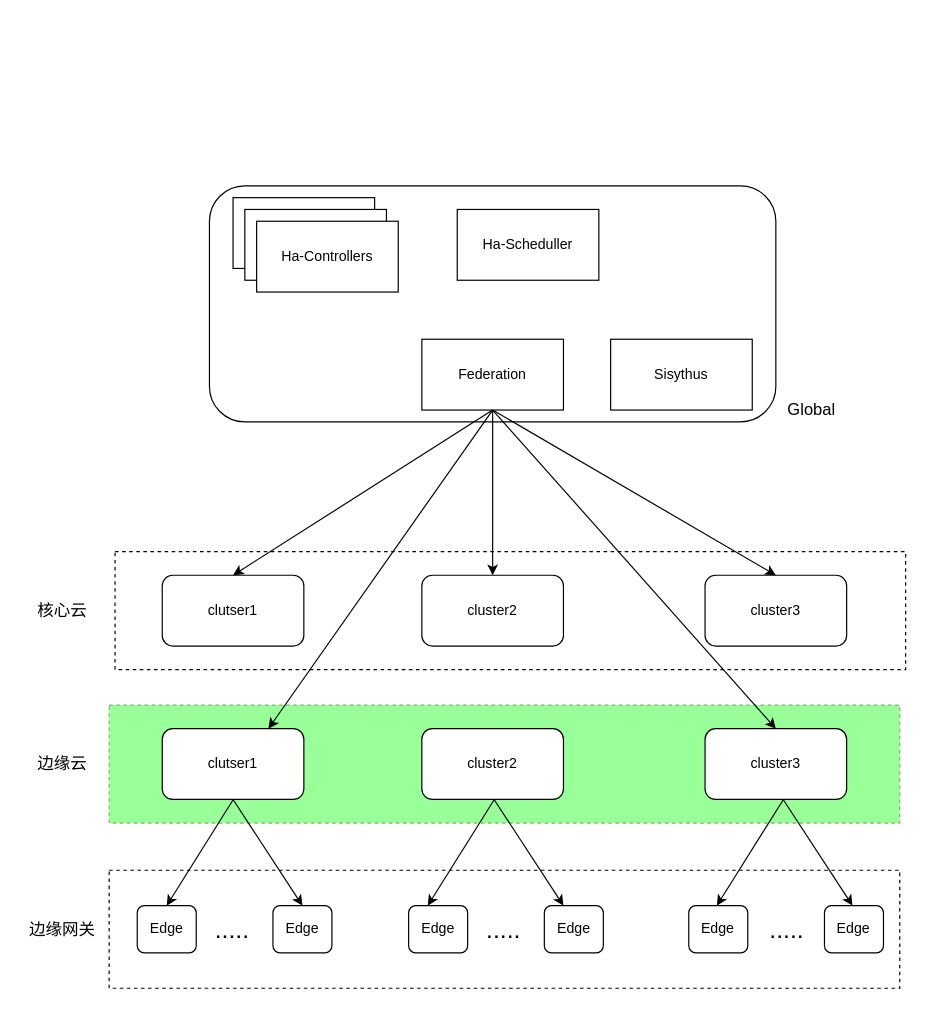
Earlier version of the draw.io diagram page "Page-1" (1 of 3) of cloud-edge-softarch.drawio (ssider/system_designs). Source tidied: cells renumbered, new cells numbered last; positions are measured from the earlier drawing's top-left corner, leaving out a move shared by most shapes. Both pictures are drawn from the tidied source at 118%, with x=0, y=0 at pixel (20, 185).
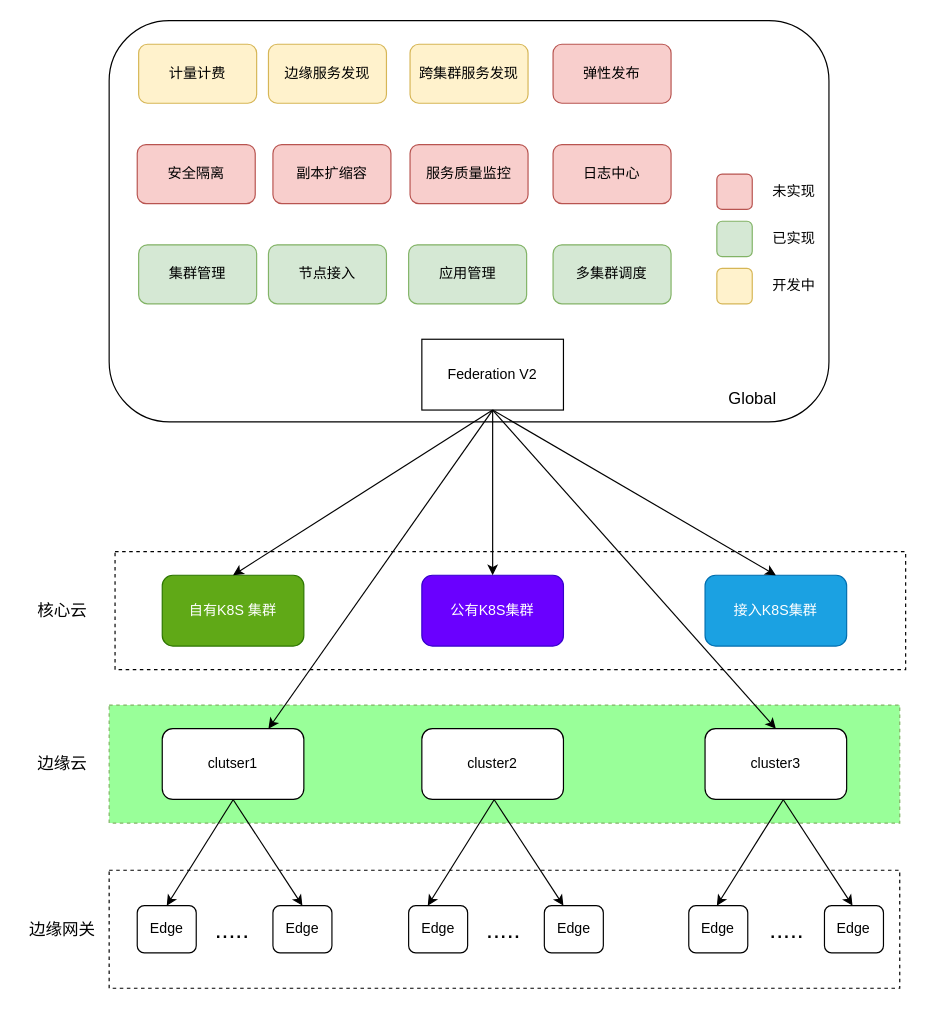
Above is the later version.

What changed in the source:
```diff
@@
+    <mxCell id="30" style="rounded=0;whiteSpace=wrap;html=1;fillColor=none;dashed=1;" parent="1" vertex="1">
+      <mxGeometry x="80" y="310" width="670" height="100" as="geometry" />
+    </mxCell>
@@
     <mxCell id="4" style="rounded=1;whiteSpace=wrap;html=1;" parent="1" vertex="1">
-      <mxGeometry x="160" width="480" height="200" as="geometry" />
+      <mxGeometry x="75" y="-140" width="610" height="340" as="geometry" />
     </mxCell>
     <mxCell id="5" value="&lt;font style=&quot;font-size: 14px&quot;&gt;Global&lt;/font&gt;" style="text;html=1;align=center;verticalAlign=middle;fillColor=none;strokeColor=none;rounded=0;" parent="1" vertex="1">
-      <mxGeometry x="640" y="180" width="60" height="20" as="geometry" />
+      <mxGeometry x="590" y="170" width="60" height="20" as="geometry" />
     </mxCell>
-    <mxCell id="6" style="rounded=0;whiteSpace=wrap;html=1;" parent="1" vertex="1">
-      <mxGeometry x="180" y="10" width="120" height="60" as="geometry" />
-    </mxCell>
-    <mxCell id="7" style="rounded=0;whiteSpace=wrap;html=1;" parent="1" vertex="1">
-      <mxGeometry x="190" y="20" width="120" height="60" as="geometry" />
-    </mxCell>
-    <mxCell id="8" value="Ha-Controllers" style="rounded=0;whiteSpace=wrap;html=1;" parent="1" vertex="1">
-      <mxGeometry x="200" y="30" width="120" height="60" as="geometry" />
-    </mxCell>
-    <mxCell id="9" value="Ha-Scheduller" style="rounded=0;whiteSpace=wrap;html=1;" parent="1" vertex="1">
-      <mxGeometry x="370" y="20" width="120" height="60" as="geometry" />
-    </mxCell>
-    <mxCell id="10" value="clutser1" style="rounded=1;whiteSpace=wrap;html=1;" parent="1" vertex="1">
+    <mxCell id="10" value="自有K8S 集群" style="rounded=1;whiteSpace=wrap;html=1;fillColor=#60a917;strokeColor=#2D7600;fontColor=#ffffff;" parent="1" vertex="1">
       <mxGeometry x="120" y="330" width="120" height="60" as="geometry" />
     </mxCell>
-    <mxCell id="11" value="cluster2" style="rounded=1;whiteSpace=wrap;html=1;" parent="1" vertex="1">
+    <mxCell id="11" value="公有K8S集群" style="rounded=1;whiteSpace=wrap;html=1;fillColor=#6a00ff;strokeColor=#3700CC;fontColor=#ffffff;" parent="1" vertex="1">
       <mxGeometry x="340" y="330" width="120" height="60" as="geometry" />
     </mxCell>
-    <mxCell id="12" value="cluster3" style="rounded=1;whiteSpace=wrap;html=1;" parent="1" vertex="1">
+    <mxCell id="12" value="接入K8S集群" style="rounded=1;whiteSpace=wrap;html=1;fillColor=#1ba1e2;strokeColor=#006EAF;fontColor=#ffffff;" parent="1" vertex="1">
       <mxGeometry x="580" y="330" width="120" height="60" as="geometry" />
     </mxCell>
-    <mxCell id="13" value="Federation" style="rounded=0;whiteSpace=wrap;html=1;" parent="1" vertex="1">
+    <mxCell id="13" value="Federation V2" style="rounded=0;whiteSpace=wrap;html=1;" parent="1" vertex="1">
       <mxGeometry x="340" y="130" width="120" height="60" as="geometry" />
     </mxCell>
@@
-    <mxCell id="17" value="Sisythus" style="rounded=0;whiteSpace=wrap;html=1;" parent="1" vertex="1">
-      <mxGeometry x="500" y="130" width="120" height="60" as="geometry" />
-    </mxCell>
@@
-    <mxCell id="30" style="rounded=0;whiteSpace=wrap;html=1;fillColor=none;dashed=1;" parent="1" vertex="1">
-      <mxGeometry x="80" y="310" width="670" height="100" as="geometry" />
-    </mxCell>
@@
+    <mxCell id="42" value="节点接入" style="rounded=1;whiteSpace=wrap;html=1;fillColor=#d5e8d4;strokeColor=#82b366;" parent="1" vertex="1">
+      <mxGeometry x="210" y="50" width="100" height="50" as="geometry" />
+    </mxCell>
+    <mxCell id="43" value="集群管理" style="rounded=1;whiteSpace=wrap;html=1;fillColor=#d5e8d4;strokeColor=#82b366;" parent="1" vertex="1">
+      <mxGeometry x="100" y="50" width="100" height="50" as="geometry" />
+    </mxCell>
+    <mxCell id="44" value="应用管理" style="rounded=1;whiteSpace=wrap;html=1;fillColor=#d5e8d4;strokeColor=#82b366;" parent="1" vertex="1">
+      <mxGeometry x="328.8" y="50" width="100" height="50" as="geometry" />
+    </mxCell>
+    <mxCell id="45" value="多集群调度" style="rounded=1;whiteSpace=wrap;html=1;fillColor=#d5e8d4;strokeColor=#82b366;" parent="1" vertex="1">
+      <mxGeometry x="451.2" y="50" width="100" height="50" as="geometry" />
+    </mxCell>
+    <mxCell id="46" value="计量计费" style="rounded=1;whiteSpace=wrap;html=1;fillColor=#fff2cc;strokeColor=#d6b656;" parent="1" vertex="1">
+      <mxGeometry x="100" y="-120" width="100" height="50" as="geometry" />
+    </mxCell>
+    <mxCell id="47" value="跨集群服务发现" style="rounded=1;whiteSpace=wrap;html=1;fillColor=#fff2cc;strokeColor=#d6b656;" parent="1" vertex="1">
+      <mxGeometry x="330" y="-120" width="100" height="50" as="geometry" />
+    </mxCell>
+    <mxCell id="48" value="服务质量监控" style="rounded=1;whiteSpace=wrap;html=1;fillColor=#f8cecc;strokeColor=#b85450;" parent="1" vertex="1">
+      <mxGeometry x="330" y="-35" width="100" height="50" as="geometry" />
+    </mxCell>
+    <mxCell id="49" value="边缘服务发现" style="rounded=1;whiteSpace=wrap;html=1;fillColor=#fff2cc;strokeColor=#d6b656;" parent="1" vertex="1">
+      <mxGeometry x="210" y="-120" width="100" height="50" as="geometry" />
+    </mxCell>
+    <mxCell id="50" value="副本扩缩容" style="rounded=1;whiteSpace=wrap;html=1;fillColor=#f8cecc;strokeColor=#b85450;" parent="1" vertex="1">
+      <mxGeometry x="213.8" y="-35" width="100" height="50" as="geometry" />
+    </mxCell>
+    <mxCell id="51" style="rounded=1;whiteSpace=wrap;html=1;fillColor=#f8cecc;strokeColor=#b85450;" parent="1" vertex="1">
+      <mxGeometry x="590" y="-10" width="30" height="30" as="geometry" />
+    </mxCell>
+    <mxCell id="52" value="未实现" style="text;html=1;align=center;verticalAlign=middle;fillColor=none;strokeColor=none;rounded=0;" parent="1" vertex="1">
+      <mxGeometry x="630" y="-5" width="50" height="20" as="geometry" />
+    </mxCell>
+    <mxCell id="53" style="rounded=1;whiteSpace=wrap;html=1;fillColor=#d5e8d4;strokeColor=#82b366;" parent="1" vertex="1">
+      <mxGeometry x="590" y="30" width="30" height="30" as="geometry" />
+    </mxCell>
+    <mxCell id="54" value="已实现" style="text;html=1;align=center;verticalAlign=middle;fillColor=none;strokeColor=none;rounded=0;" parent="1" vertex="1">
+      <mxGeometry x="630" y="35" width="50" height="20" as="geometry" />
+    </mxCell>
+    <mxCell id="55" style="rounded=1;whiteSpace=wrap;html=1;fillColor=#fff2cc;strokeColor=#d6b656;" parent="1" vertex="1">
+      <mxGeometry x="590" y="70" width="30" height="30" as="geometry" />
+    </mxCell>
+    <mxCell id="56" value="开发中" style="text;html=1;align=center;verticalAlign=middle;fillColor=none;strokeColor=none;rounded=0;" parent="1" vertex="1">
+      <mxGeometry x="630" y="75" width="50" height="20" as="geometry" />
+    </mxCell>
+    <mxCell id="57" value="安全隔离" style="rounded=1;whiteSpace=wrap;html=1;fillColor=#f8cecc;strokeColor=#b85450;" parent="1" vertex="1">
+      <mxGeometry x="98.8" y="-35" width="100" height="50" as="geometry" />
+    </mxCell>
+    <mxCell id="58" value="日志中心" style="rounded=1;whiteSpace=wrap;html=1;fillColor=#f8cecc;strokeColor=#b85450;" parent="1" vertex="1">
+      <mxGeometry x="451.2" y="-35" width="100" height="50" as="geometry" />
+    </mxCell>
+    <mxCell id="59" value="弹性发布" style="rounded=1;whiteSpace=wrap;html=1;fillColor=#f8cecc;strokeColor=#b85450;" parent="1" vertex="1">
+      <mxGeometry x="451.2" y="-120" width="100" height="50" as="geometry" />
+    </mxCell>
```
